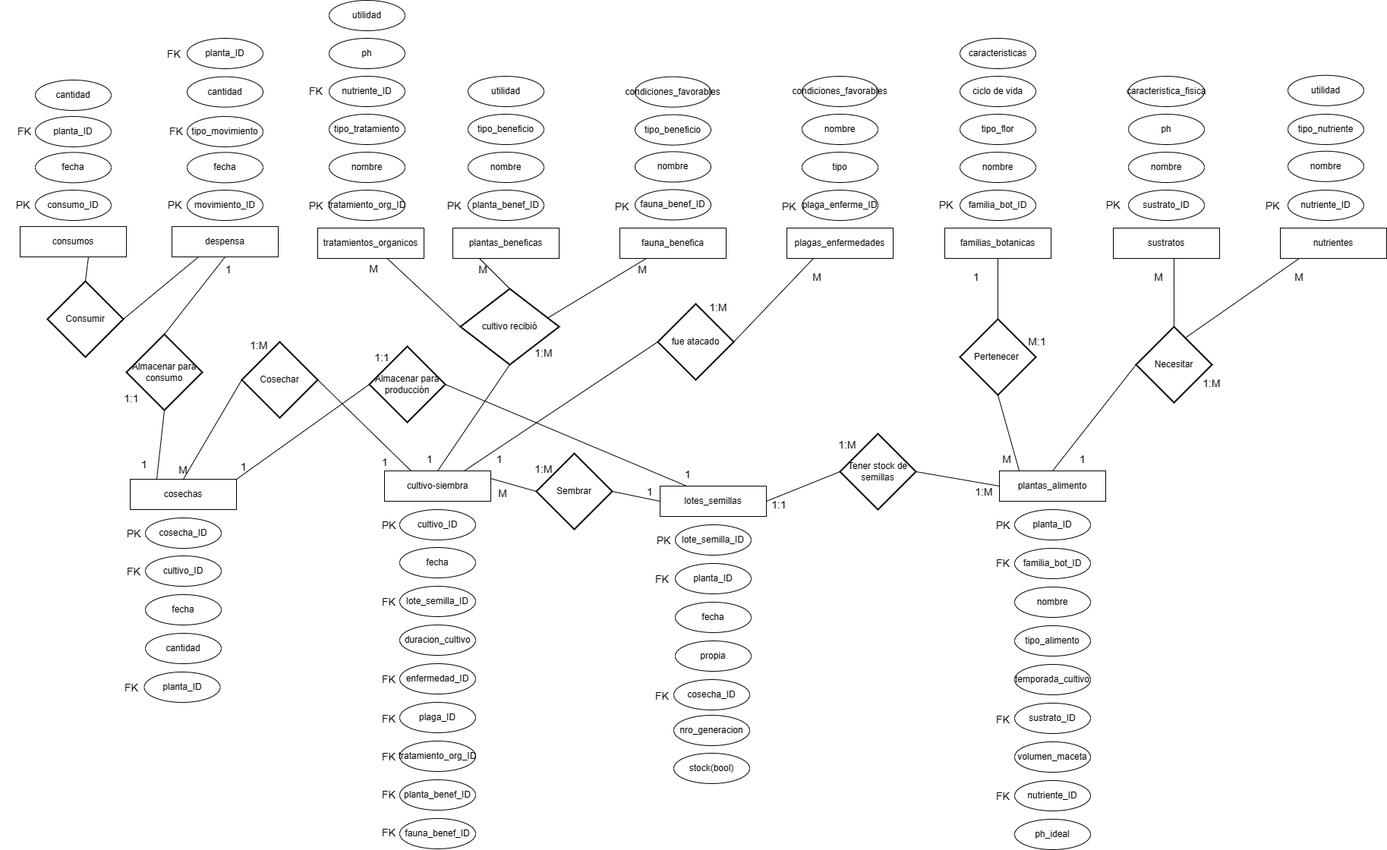
Before: 39775-desafio2-Higa.png, a diagram exported from draw.io (MariaSoledadHiga/sql-coderhouse). Source tidied: cells renumbered, new cells last; positions are measured from the earlier drawing's top-left corner, leaving out a move shared by most shapes.
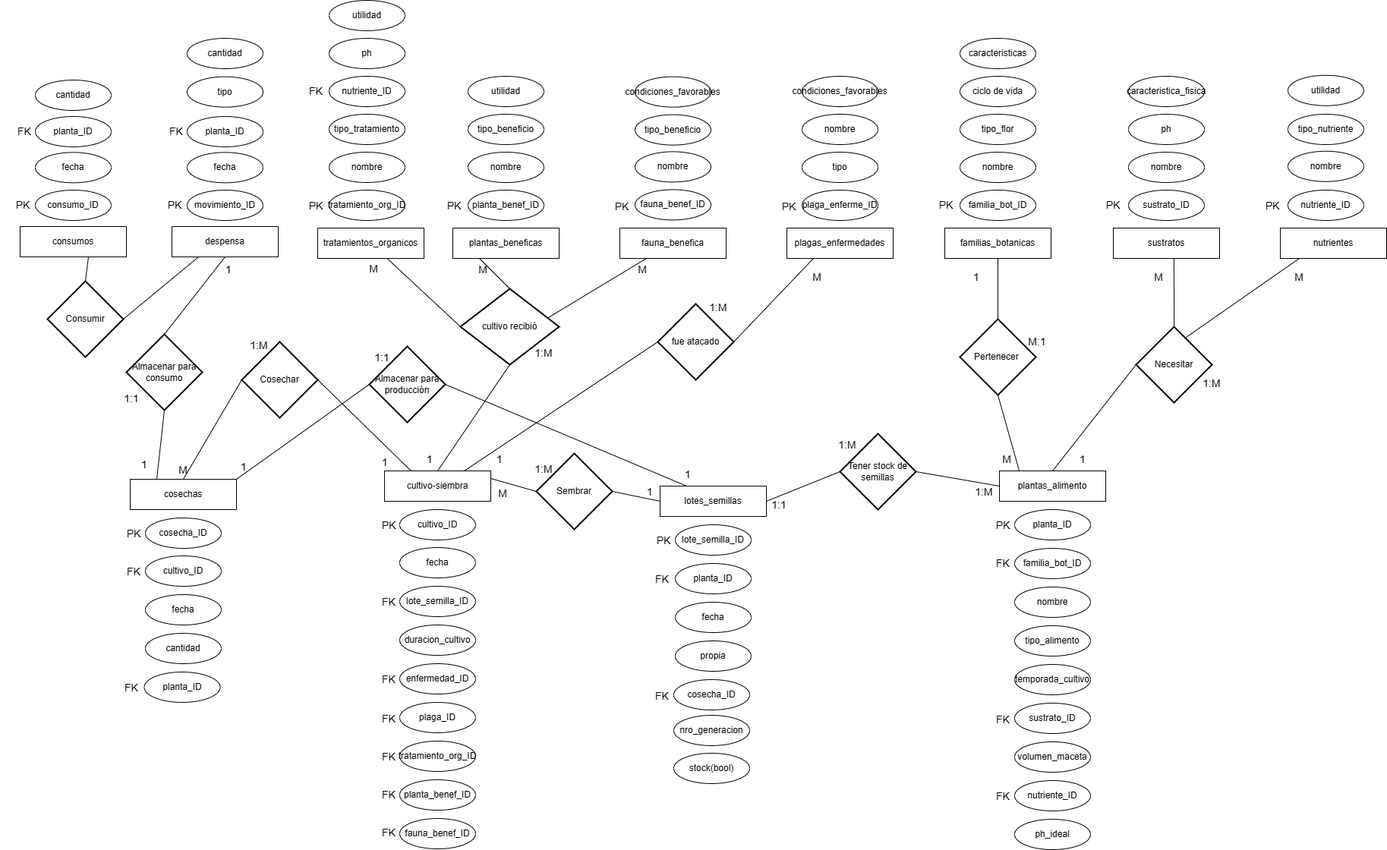
Later version of the same file.

The edit, as a diff of the source:
```diff
@@ -493,7 +493,7 @@
     <mxCell id="164" value="fecha" style="ellipse;whiteSpace=wrap;html=1;align=center;" parent="1" vertex="1">
       <mxGeometry x="246" y="200.3" width="100" height="40" as="geometry" />
     </mxCell>
-    <mxCell id="165" value="tipo_movimiento" style="ellipse;whiteSpace=wrap;html=1;align=center;" parent="1" vertex="1">
+    <mxCell id="165" value="planta_ID" style="ellipse;whiteSpace=wrap;html=1;align=center;" parent="1" vertex="1">
       <mxGeometry x="246" y="153" width="100" height="40" as="geometry" />
     </mxCell>
     <mxCell id="166" value="PK" style="text;html=1;strokeColor=none;fillColor=none;align=center;verticalAlign=middle;whiteSpace=wrap;rounded=0;fontSize=14;" parent="1" vertex="1">
@@ -508,7 +508,7 @@
     <mxCell id="169" value="Almacenar para consumo" style="strokeWidth=2;html=1;shape=mxgraph.flowchart.decision;whiteSpace=wrap;" parent="1" vertex="1">
       <mxGeometry x="166" y="440" width="100" height="100" as="geometry" />
     </mxCell>
-    <mxCell id="170" value="cantidad" style="ellipse;whiteSpace=wrap;html=1;align=center;" parent="1" vertex="1">
+    <mxCell id="170" value="tipo" style="ellipse;whiteSpace=wrap;html=1;align=center;" parent="1" vertex="1">
       <mxGeometry x="246" y="100.6" width="100" height="40" as="geometry" />
     </mxCell>
     <mxCell id="171" value="planta_ID" style="ellipse;whiteSpace=wrap;html=1;align=center;" parent="1" vertex="1">
@@ -517,12 +517,9 @@
     <mxCell id="172" value="FK" style="text;html=1;strokeColor=none;fillColor=none;align=center;verticalAlign=middle;whiteSpace=wrap;rounded=0;fontSize=14;" parent="1" vertex="1">
       <mxGeometry x="142.5" y="891" width="60" height="30" as="geometry" />
     </mxCell>
-    <mxCell id="173" value="planta_ID" style="ellipse;whiteSpace=wrap;html=1;align=center;" parent="1" vertex="1">
+    <mxCell id="173" value="cantidad" style="ellipse;whiteSpace=wrap;html=1;align=center;" parent="1" vertex="1">
       <mxGeometry x="246" y="50" width="100" height="40" as="geometry" />
     </mxCell>
-    <mxCell id="174" value="FK" style="text;html=1;strokeColor=none;fillColor=none;align=center;verticalAlign=middle;whiteSpace=wrap;rounded=0;fontSize=14;" parent="1" vertex="1">
-      <mxGeometry x="199" y="56" width="60" height="30" as="geometry" />
-    </mxCell>
     <mxCell id="175" value="M:1" style="text;html=1;strokeColor=none;fillColor=none;align=center;verticalAlign=middle;whiteSpace=wrap;rounded=0;fontSize=14;" parent="1" vertex="1">
       <mxGeometry x="1336" y="435" width="60" height="30" as="geometry" />
     </mxCell>
```
